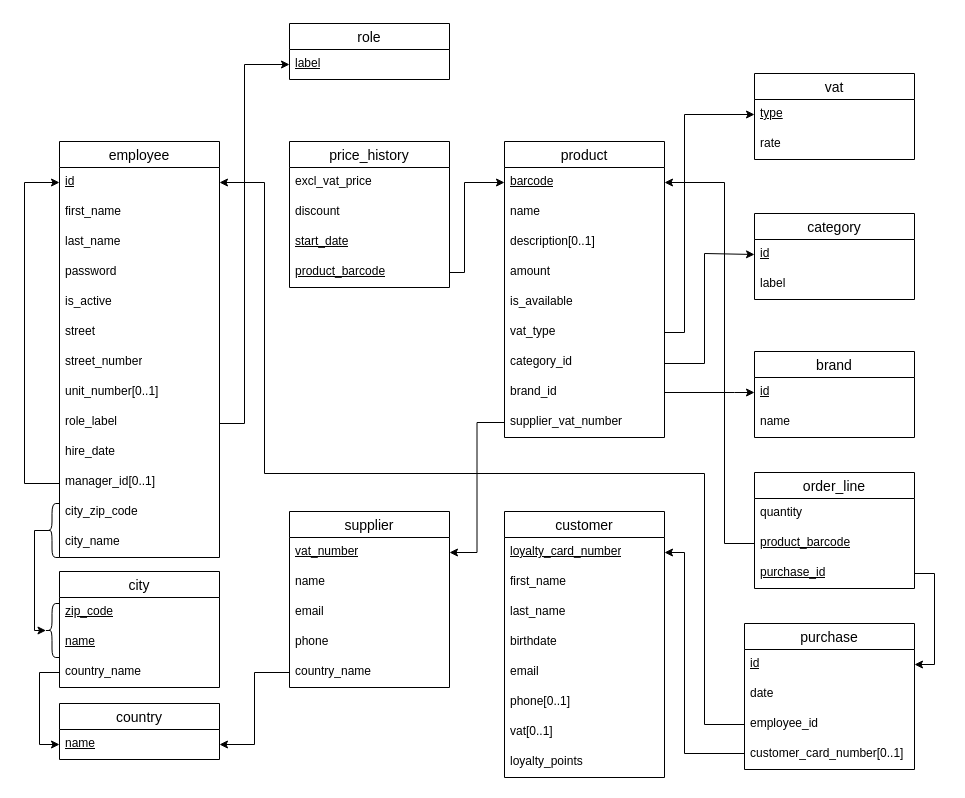
Before: docs/db_design/relational_schema.drawio in maxoux53/petit-bazar, a draw.io diagram. Source tidied: cells renumbered, new cells numbered last; positions are measured from the earlier drawing's top-left corner, leaving out a move shared by most shapes. Both pictures are drawn from the tidied source at 100%, with x=0, y=0 at pixel (24, 23).
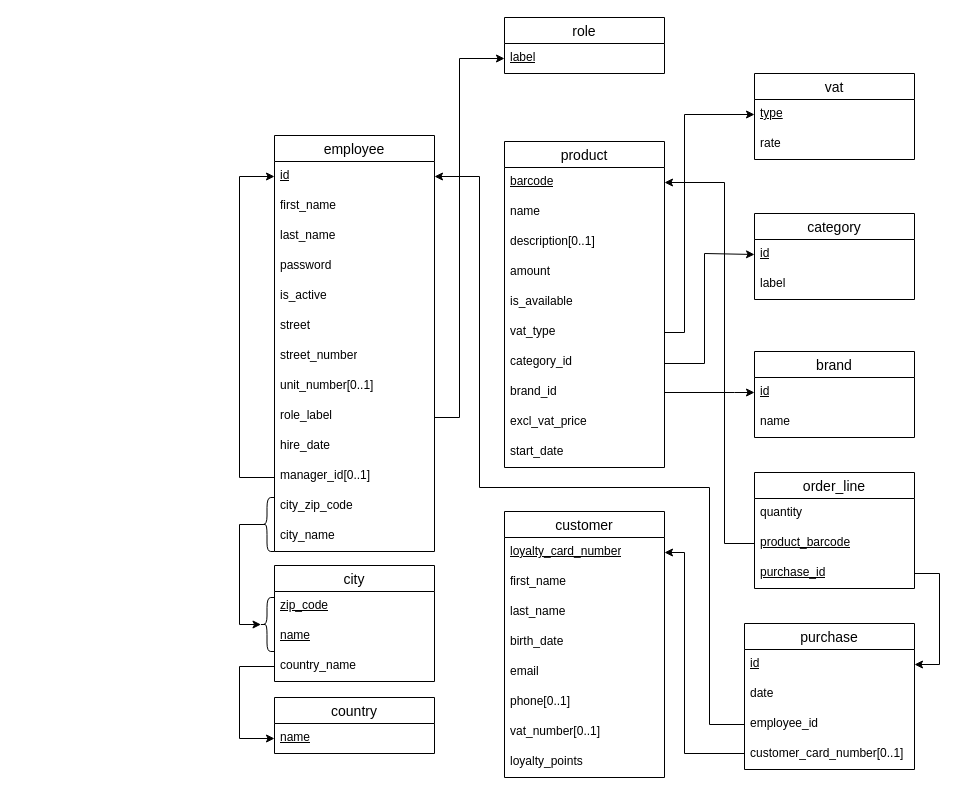
The same diagram, later.

Commit message (it also covers changes not shown here):
remove supplier and price history

Unchanged cells that the change refers to:
```xml
<mxCell id="3" value="&lt;u&gt;id&lt;/u&gt;" style="text;strokeColor=none;fillColor=none;spacingLeft=4;spacingRight=4;overflow=hidden;points=[[0,0.5],[1,0.5]];portConstraint=eastwest;fontSize=12;whiteSpace=wrap;html=1;" parent="2" vertex="1">
  <mxGeometry y="26" width="160" height="30" as="geometry" />
</mxCell>
<mxCell id="11" value="role_label" style="text;strokeColor=none;fillColor=none;spacingLeft=4;spacingRight=4;overflow=hidden;points=[[0,0.5],[1,0.5]];portConstraint=eastwest;fontSize=12;whiteSpace=wrap;html=1;" parent="2" vertex="1">
  <mxGeometry y="266" width="160" height="30" as="geometry" />
</mxCell>
<mxCell id="19" value="&lt;u&gt;barcode&lt;/u&gt;" style="text;strokeColor=none;fillColor=none;spacingLeft=4;spacingRight=4;overflow=hidden;points=[[0,0.5],[1,0.5]];portConstraint=eastwest;fontSize=12;whiteSpace=wrap;html=1;" parent="18" vertex="1">
  <mxGeometry y="26" width="160" height="30" as="geometry" />
</mxCell>
<mxCell id="40" value="country_name" style="text;strokeColor=none;fillColor=none;spacingLeft=4;spacingRight=4;overflow=hidden;points=[[0,0.5],[1,0.5]];portConstraint=eastwest;fontSize=12;whiteSpace=wrap;html=1;" parent="37" vertex="1">
  <mxGeometry y="86" width="160" height="30" as="geometry" />
</mxCell>
<mxCell id="42" value="&lt;u&gt;name&lt;/u&gt;" style="text;strokeColor=none;fillColor=none;spacingLeft=4;spacingRight=4;overflow=hidden;points=[[0,0.5],[1,0.5]];portConstraint=eastwest;fontSize=12;whiteSpace=wrap;html=1;" parent="41" vertex="1">
  <mxGeometry y="26" width="160" height="30" as="geometry" />
</mxCell>
<mxCell id="48" value="customer" style="swimlane;fontStyle=0;horizontal=1;startSize=26;align=center;fontSize=14;" parent="1" vertex="1">
  <mxGeometry x="480" y="488" width="160" height="266" as="geometry" />
</mxCell>
<mxCell id="58" value="&lt;u&gt;id&lt;/u&gt;" style="text;strokeColor=none;fillColor=none;spacingLeft=4;spacingRight=4;overflow=hidden;points=[[0,0.5],[1,0.5]];portConstraint=eastwest;fontSize=12;whiteSpace=wrap;html=1;" parent="57" vertex="1">
  <mxGeometry y="26" width="170" height="30" as="geometry" />
</mxCell>
<mxCell id="60" value="employee_id" style="text;strokeColor=none;fillColor=none;spacingLeft=4;spacingRight=4;overflow=hidden;points=[[0,0.5],[1,0.5]];portConstraint=eastwest;fontSize=12;whiteSpace=wrap;html=1;" parent="57" vertex="1">
  <mxGeometry y="86" width="170" height="30" as="geometry" />
</mxCell>
<mxCell id="65" value="purchase_id" style="text;strokeColor=none;fillColor=none;spacingLeft=4;spacingRight=4;overflow=hidden;points=[[0,0.5],[1,0.5]];portConstraint=eastwest;fontSize=12;whiteSpace=wrap;html=1;fontStyle=4;" parent="62" vertex="1">
  <mxGeometry y="86" width="160" height="30" as="geometry" />
</mxCell>
<mxCell id="73" value="&lt;u&gt;label&lt;/u&gt;" style="text;strokeColor=none;fillColor=none;spacingLeft=4;spacingRight=4;overflow=hidden;points=[[0,0.5],[1,0.5]];portConstraint=eastwest;fontSize=12;whiteSpace=wrap;html=1;" parent="72" vertex="1">
  <mxGeometry y="26" width="160" height="30" as="geometry" />
</mxCell>
```

Change to the diagram source:
```diff
@@
     <mxCell id="2" value="employee" style="swimlane;fontStyle=0;horizontal=1;startSize=26;align=center;fontSize=14;" parent="1" vertex="1">
-      <mxGeometry x="35" y="118" width="160" height="416" as="geometry" />
+      <mxGeometry x="250" y="112" width="160" height="416" as="geometry" />
     </mxCell>
@@
     <mxCell id="18" value="product" style="swimlane;fontStyle=0;horizontal=1;startSize=26;align=center;fontSize=14;" parent="1" vertex="1">
-      <mxGeometry x="480" y="118" width="160" height="296" as="geometry" />
+      <mxGeometry x="480" y="118" width="160" height="326" as="geometry" />
     </mxCell>
@@
-    <mxCell id="27" value="supplier_vat_number" style="text;strokeColor=none;fillColor=none;spacingLeft=4;spacingRight=4;overflow=hidden;points=[[0,0.5],[1,0.5]];portConstraint=eastwest;fontSize=12;whiteSpace=wrap;html=1;" parent="18" vertex="1">
+    <mxCell id="27" value="excl_vat_price" style="text;strokeColor=none;fillColor=none;spacingLeft=4;spacingRight=4;overflow=hidden;points=[[0,0.5],[1,0.5]];portConstraint=eastwest;fontSize=12;whiteSpace=wrap;html=1;" parent="18" vertex="1">
       <mxGeometry y="266" width="160" height="30" as="geometry" />
     </mxCell>
+    <mxCell id="46" value="start_date" style="text;strokeColor=none;fillColor=none;spacingLeft=4;spacingRight=4;overflow=hidden;fontSize=12;whiteSpace=wrap;html=1;" parent="18" vertex="1">
+      <mxGeometry y="296" width="160" height="30" as="geometry" />
+    </mxCell>
@@
-    <mxCell id="31" value="supplier" style="swimlane;fontStyle=0;horizontal=1;startSize=26;align=center;fontSize=14;" parent="1" vertex="1">
-      <mxGeometry x="265" y="488" width="160" height="176" as="geometry" />
-    </mxCell>
-    <mxCell id="32" value="&lt;u&gt;vat_number&lt;/u&gt;" style="text;strokeColor=none;fillColor=none;spacingLeft=4;spacingRight=4;overflow=hidden;points=[[0,0.5],[1,0.5]];portConstraint=eastwest;fontSize=12;whiteSpace=wrap;html=1;" parent="31" vertex="1">
-      <mxGeometry y="26" width="160" height="30" as="geometry" />
-    </mxCell>
-    <mxCell id="33" value="name" style="text;strokeColor=none;fillColor=none;spacingLeft=4;spacingRight=4;overflow=hidden;fontSize=12;whiteSpace=wrap;html=1;" parent="31" vertex="1">
-      <mxGeometry y="56" width="160" height="30" as="geometry" />
-    </mxCell>
-    <mxCell id="34" value="email" style="text;strokeColor=none;fillColor=none;spacingLeft=4;spacingRight=4;overflow=hidden;fontSize=12;whiteSpace=wrap;html=1;" parent="31" vertex="1">
-      <mxGeometry y="86" width="160" height="30" as="geometry" />
-    </mxCell>
-    <mxCell id="35" value="phone" style="text;strokeColor=none;fillColor=none;spacingLeft=4;spacingRight=4;overflow=hidden;fontSize=12;whiteSpace=wrap;html=1;" parent="31" vertex="1">
-      <mxGeometry y="116" width="160" height="30" as="geometry" />
-    </mxCell>
-    <mxCell id="36" value="country_name" style="text;strokeColor=none;fillColor=none;spacingLeft=4;spacingRight=4;overflow=hidden;points=[[0,0.5],[1,0.5]];portConstraint=eastwest;fontSize=12;whiteSpace=wrap;html=1;" parent="31" vertex="1">
-      <mxGeometry y="146" width="160" height="30" as="geometry" />
-    </mxCell>
     <mxCell id="37" value="city" style="swimlane;fontStyle=0;horizontal=1;startSize=26;align=center;fontSize=14;" parent="1" vertex="1">
-      <mxGeometry x="35" y="548" width="160" height="116" as="geometry" />
+      <mxGeometry x="250" y="542" width="160" height="116" as="geometry" />
     </mxCell>
@@
     <mxCell id="41" value="country" style="swimlane;fontStyle=0;horizontal=1;startSize=26;align=center;fontSize=14;" parent="1" vertex="1">
-      <mxGeometry x="35" y="680" width="160" height="56" as="geometry" />
+      <mxGeometry x="250" y="674" width="160" height="56" as="geometry" />
     </mxCell>
@@
-    <mxCell id="43" value="price_history" style="swimlane;fontStyle=0;horizontal=1;startSize=26;align=center;fontSize=14;" parent="1" vertex="1">
-      <mxGeometry x="265" y="118" width="160" height="146" as="geometry" />
-    </mxCell>
-    <mxCell id="44" value="excl_vat_price" style="text;strokeColor=none;fillColor=none;spacingLeft=4;spacingRight=4;overflow=hidden;fontSize=12;whiteSpace=wrap;html=1;" parent="43" vertex="1">
-      <mxGeometry y="26" width="160" height="30" as="geometry" />
-    </mxCell>
-    <mxCell id="45" value="discount" style="text;strokeColor=none;fillColor=none;spacingLeft=4;spacingRight=4;overflow=hidden;fontSize=12;whiteSpace=wrap;html=1;" parent="43" vertex="1">
-      <mxGeometry y="56" width="160" height="30" as="geometry" />
-    </mxCell>
-    <mxCell id="46" value="start_date" style="text;strokeColor=none;fillColor=none;spacingLeft=4;spacingRight=4;overflow=hidden;fontSize=12;whiteSpace=wrap;html=1;fontStyle=4;" parent="43" vertex="1">
-      <mxGeometry y="86" width="160" height="30" as="geometry" />
-    </mxCell>
-    <mxCell id="47" value="product_barcode" style="text;strokeColor=none;fillColor=none;spacingLeft=4;spacingRight=4;overflow=hidden;points=[[0,0.5],[1,0.5]];portConstraint=eastwest;fontSize=12;whiteSpace=wrap;html=1;fontStyle=4;" parent="43" vertex="1">
-      <mxGeometry y="116" width="160" height="30" as="geometry" />
-    </mxCell>
@@
-    <mxCell id="52" value="birthdate" style="text;strokeColor=none;fillColor=none;spacingLeft=4;spacingRight=4;overflow=hidden;fontSize=12;whiteSpace=wrap;html=1;" parent="48" vertex="1">
+    <mxCell id="52" value="birth_date" style="text;strokeColor=none;fillColor=none;spacingLeft=4;spacingRight=4;overflow=hidden;fontSize=12;whiteSpace=wrap;html=1;" parent="48" vertex="1">
       <mxGeometry y="116" width="160" height="30" as="geometry" />
     </mxCell>
@@
-    <mxCell id="55" value="vat[0..1]" style="text;strokeColor=none;fillColor=none;spacingLeft=4;spacingRight=4;overflow=hidden;fontSize=12;whiteSpace=wrap;html=1;" parent="48" vertex="1">
+    <mxCell id="55" value="vat_number[0..1]" style="text;strokeColor=none;fillColor=none;spacingLeft=4;spacingRight=4;overflow=hidden;fontSize=12;whiteSpace=wrap;html=1;" parent="48" vertex="1">
       <mxGeometry y="206" width="160" height="30" as="geometry" />
     </mxCell>
@@
     <mxCell id="72" value="role" style="swimlane;fontStyle=0;horizontal=1;startSize=26;align=center;fontSize=14;" parent="1" vertex="1">
-      <mxGeometry x="265" width="160" height="56" as="geometry" />
+      <mxGeometry x="480" y="-6" width="160" height="56" as="geometry" />
     </mxCell>
@@
     <mxCell id="74" style="shape=curlyBracket;whiteSpace=wrap;html=1;rounded=1;labelPosition=left;verticalLabelPosition=middle;align=right;verticalAlign=middle;size=0.5;" parent="1" vertex="1">
-      <mxGeometry x="20" y="480" width="15" height="54" as="geometry" />
+      <mxGeometry x="235" y="474" width="15" height="54" as="geometry" />
     </mxCell>
     <mxCell id="75" style="shape=curlyBracket;whiteSpace=wrap;html=1;rounded=1;labelPosition=left;verticalLabelPosition=middle;align=right;verticalAlign=middle;size=0.5;" parent="1" vertex="1">
-      <mxGeometry x="20" y="580" width="15" height="54" as="geometry" />
+      <mxGeometry x="235" y="574" width="15" height="54" as="geometry" />
     </mxCell>
     <mxCell id="76" style="edgeStyle=orthogonalEdgeStyle;rounded=0;jettySize=auto;html=1;exitX=0.1;exitY=0.5;exitDx=0;exitDy=0;exitPerimeter=0;entryX=0.1;entryY=0.5;entryDx=0;entryDy=0;entryPerimeter=0;" parent="1" edge="1" source="74" target="75">
       <mxGeometry relative="1" as="geometry">
         <Array as="points">
-          <mxPoint x="10" y="507" />
-          <mxPoint x="10" y="607" />
+          <mxPoint x="215" y="501" />
+          <mxPoint x="215" y="601" />
         </Array>
       </mxGeometry>
     </mxCell>
-    <mxCell id="77" style="edgeStyle=orthogonalEdgeStyle;rounded=0;jettySize=auto;html=1;exitX=0;exitY=0.5;exitDx=0;exitDy=0;entryX=1;entryY=0.5;entryDx=0;entryDy=0;" parent="1" edge="1" source="36" target="42">
-      <mxGeometry relative="1" as="geometry" />
-    </mxCell>
-    <mxCell id="78" style="edgeStyle=orthogonalEdgeStyle;rounded=0;jettySize=auto;html=1;exitX=0;exitY=0.5;exitDx=0;exitDy=0;entryX=1;entryY=0.5;entryDx=0;entryDy=0;" parent="1" edge="1" source="27" target="32">
-      <mxGeometry relative="1" as="geometry" />
-    </mxCell>
     <mxCell id="79" style="edgeStyle=orthogonalEdgeStyle;rounded=0;jettySize=auto;html=1;exitX=1;exitY=0.5;exitDx=0;exitDy=0;entryX=0;entryY=0.5;entryDx=0;entryDy=0;" parent="1" edge="1" source="11" target="73">
       <mxGeometry relative="1" as="geometry">
         <Array as="points">
-          <mxPoint x="220" y="400" />
-          <mxPoint x="220" y="41" />
+          <mxPoint x="435" y="394" />
+          <mxPoint x="435" y="35" />
         </Array>
       </mxGeometry>
     </mxCell>
     <mxCell id="80" style="edgeStyle=orthogonalEdgeStyle;rounded=0;jettySize=auto;html=1;exitX=0;exitY=0.5;exitDx=0;exitDy=0;entryX=1;entryY=0.5;entryDx=0;entryDy=0;" parent="1" edge="1" source="60" target="3">
       <mxGeometry relative="1" as="geometry">
         <Array as="points">
-          <mxPoint x="680" y="701" />
-          <mxPoint x="680" y="450" />
-          <mxPoint x="240" y="450" />
-          <mxPoint x="240" y="159" />
+          <mxPoint x="685" y="701" />
+          <mxPoint x="685" y="464" />
+          <mxPoint x="455" y="464" />
+          <mxPoint x="455" y="153" />
         </Array>
       </mxGeometry>
     </mxCell>
@@
     <mxCell id="84" style="edgeStyle=orthogonalEdgeStyle;rounded=0;jettySize=auto;html=1;exitX=1;exitY=0.5;exitDx=0;exitDy=0;entryX=1;entryY=0.5;entryDx=0;entryDy=0;" parent="1" edge="1" source="65" target="58">
-      <mxGeometry relative="1" as="geometry" />
+      <mxGeometry relative="1" as="geometry">
+        <Array as="points">
+          <mxPoint x="915" y="550" />
+          <mxPoint x="915" y="641" />
+        </Array>
+      </mxGeometry>
     </mxCell>
-    <mxCell id="85" style="edgeStyle=orthogonalEdgeStyle;rounded=0;jettySize=auto;html=1;exitX=1;exitY=0.5;exitDx=0;exitDy=0;entryX=0;entryY=0.5;entryDx=0;entryDy=0;" parent="1" edge="1" source="47" target="19">
-      <mxGeometry relative="1" as="geometry">
-        <Array as="points">
-          <mxPoint x="440" y="249" />
-          <mxPoint x="440" y="159" />
-        </Array>
-      </mxGeometry>
-    </mxCell>
     <mxCell id="86" style="edgeStyle=orthogonalEdgeStyle;rounded=0;jettySize=auto;html=1;exitX=0;exitY=0.5;exitDx=0;exitDy=0;entryX=0;entryY=0.5;entryDx=0;entryDy=0;" parent="1" edge="1" source="40" target="42">
-      <mxGeometry relative="1" as="geometry" />
+      <mxGeometry relative="1" as="geometry">
+        <Array as="points">
+          <mxPoint x="215" y="643" />
+          <mxPoint x="215" y="715" />
+        </Array>
+      </mxGeometry>
     </mxCell>
```
